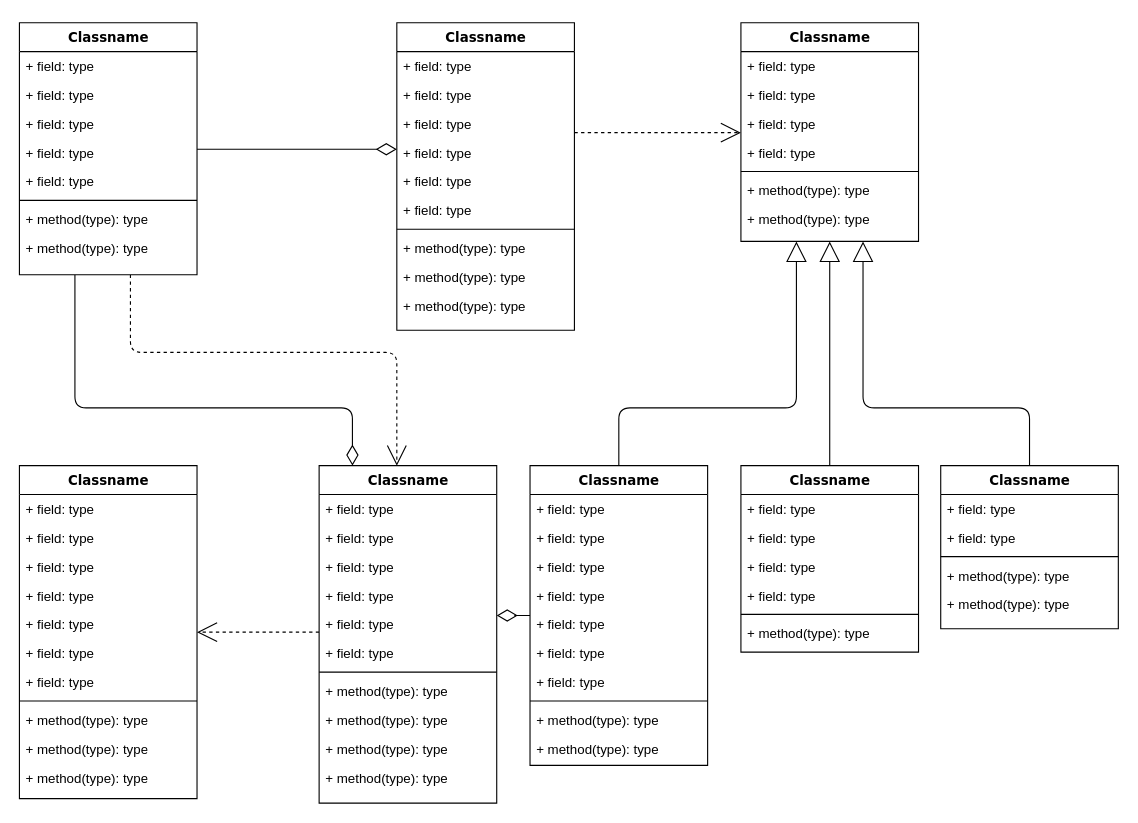
Above: Untitled Diagram.drawio in FVFTget/angular-Myproyect (draw.io), before the change. Source tidied: cells renumbered, new cells numbered last; positions are measured from the earlier drawing's top-left corner, leaving out a move shared by most shapes. Both pictures are drawn from the tidied source at 111%, with x=0, y=0 at pixel (19, 22).
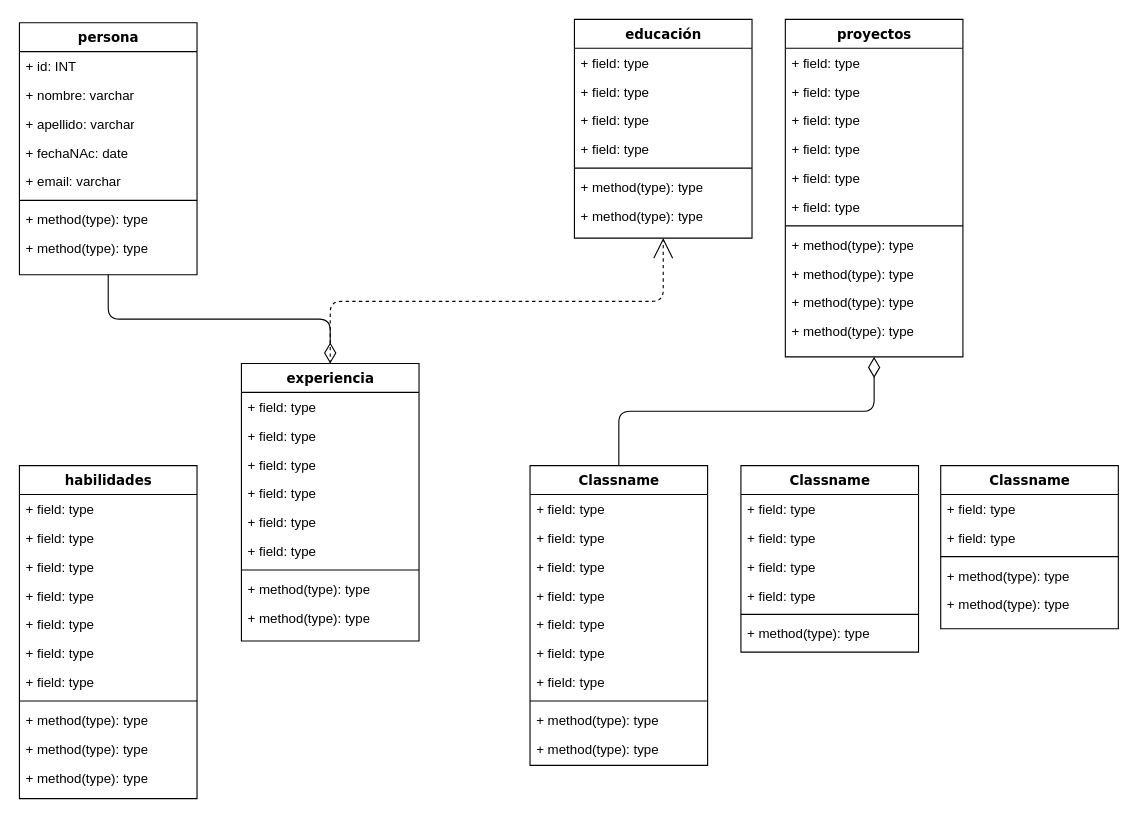
Above is the later version.

Unchanged cells that the change refers to:
```xml
<mxCell id="60" value="Classname" style="swimlane;html=1;fontStyle=1;align=center;verticalAlign=top;horizontal=1;startSize=26;swimlaneFillColor=#ffffff;rounded=0;shadow=0;comic=0;labelBackgroundColor=none;strokeWidth=1;fillColor=none;fontFamily=Verdana;fontSize=12;" parent="1" vertex="1">
  <mxGeometry x="460" y="399" width="160" height="270" as="geometry" />
</mxCell>
<mxCell id="72" value="Classname" style="swimlane;html=1;fontStyle=1;align=center;verticalAlign=top;horizontal=1;startSize=26;swimlaneFillColor=#ffffff;rounded=0;shadow=0;comic=0;labelBackgroundColor=none;strokeWidth=1;fillColor=none;fontFamily=Verdana;fontSize=12;" parent="1" vertex="1">
  <mxGeometry x="650" y="399" width="160" height="168" as="geometry" />
</mxCell>
<mxCell id="80" value="Classname" style="swimlane;html=1;fontStyle=1;align=center;verticalAlign=top;horizontal=1;startSize=26;swimlaneFillColor=#ffffff;rounded=0;shadow=0;comic=0;labelBackgroundColor=none;strokeWidth=1;fillColor=none;fontFamily=Verdana;fontSize=12;" parent="1" vertex="1">
  <mxGeometry x="830" y="399" width="160" height="147" as="geometry" />
</mxCell>
```

What changed in the source:
```diff
@@
-    <mxCell id="2" style="edgeStyle=orthogonalEdgeStyle;html=1;labelBackgroundColor=none;startFill=0;startSize=8;endArrow=open;endFill=0;endSize=16;fontFamily=Verdana;fontSize=12;dashed=1;" parent="1" edge="1" source="4" target="47">
-      <mxGeometry relative="1" as="geometry">
-        <Array as="points">
-          <mxPoint x="100" y="297" />
-          <mxPoint x="340" y="297" />
-        </Array>
-      </mxGeometry>
-    </mxCell>
-    <mxCell id="3" style="edgeStyle=orthogonalEdgeStyle;html=1;labelBackgroundColor=none;startFill=0;startSize=8;endArrow=diamondThin;endFill=0;endSize=16;fontFamily=Verdana;fontSize=12;" parent="1" edge="1" source="4" target="47">
-      <mxGeometry relative="1" as="geometry">
-        <Array as="points">
-          <mxPoint x="50" y="347" />
-          <mxPoint x="300" y="347" />
-        </Array>
-      </mxGeometry>
-    </mxCell>
-    <mxCell id="4" value="Classname" style="swimlane;html=1;fontStyle=1;align=center;verticalAlign=top;horizontal=1;startSize=26;swimlaneFillColor=#ffffff;rounded=0;shadow=0;comic=0;labelBackgroundColor=none;strokeWidth=1;fillColor=none;fontFamily=Verdana;fontSize=12;" parent="1" vertex="1">
+    <mxCell id="4" value="persona" style="swimlane;html=1;fontStyle=1;align=center;verticalAlign=top;horizontal=1;startSize=26;swimlaneFillColor=#ffffff;rounded=0;shadow=0;comic=0;labelBackgroundColor=none;strokeWidth=1;fillColor=none;fontFamily=Verdana;fontSize=12;" parent="1" vertex="1">
       <mxGeometry width="160" height="227" as="geometry" />
     </mxCell>
-    <mxCell id="5" value="+ field: type" style="text;html=1;strokeColor=none;fillColor=none;align=left;verticalAlign=top;spacingLeft=4;spacingRight=4;whiteSpace=wrap;overflow=hidden;" parent="4" vertex="1">
+    <mxCell id="5" value="+ id: INT" style="text;html=1;strokeColor=none;fillColor=none;align=left;verticalAlign=top;spacingLeft=4;spacingRight=4;whiteSpace=wrap;overflow=hidden;" parent="4" vertex="1">
       <mxGeometry y="26" width="160" height="26" as="geometry" />
     </mxCell>
-    <mxCell id="6" value="+ field: type" style="text;html=1;strokeColor=none;fillColor=none;align=left;verticalAlign=top;spacingLeft=4;spacingRight=4;whiteSpace=wrap;overflow=hidden;" parent="4" vertex="1">
+    <mxCell id="6" value="+ nombre: varchar" style="text;html=1;strokeColor=none;fillColor=none;align=left;verticalAlign=top;spacingLeft=4;spacingRight=4;whiteSpace=wrap;overflow=hidden;" parent="4" vertex="1">
       <mxGeometry y="52" width="160" height="26" as="geometry" />
     </mxCell>
-    <mxCell id="7" value="+ field: type" style="text;html=1;strokeColor=none;fillColor=none;align=left;verticalAlign=top;spacingLeft=4;spacingRight=4;whiteSpace=wrap;overflow=hidden;" parent="4" vertex="1">
+    <mxCell id="7" value="+ apellido: varchar" style="text;html=1;strokeColor=none;fillColor=none;align=left;verticalAlign=top;spacingLeft=4;spacingRight=4;whiteSpace=wrap;overflow=hidden;" parent="4" vertex="1">
       <mxGeometry y="78" width="160" height="26" as="geometry" />
     </mxCell>
-    <mxCell id="8" value="+ field: type" style="text;html=1;strokeColor=none;fillColor=none;align=left;verticalAlign=top;spacingLeft=4;spacingRight=4;whiteSpace=wrap;overflow=hidden;" parent="4" vertex="1">
+    <mxCell id="8" value="+ fechaNAc: date" style="text;html=1;strokeColor=none;fillColor=none;align=left;verticalAlign=top;spacingLeft=4;spacingRight=4;whiteSpace=wrap;overflow=hidden;" parent="4" vertex="1">
       <mxGeometry y="104" width="160" height="26" as="geometry" />
     </mxCell>
-    <mxCell id="9" value="+ field: type" style="text;html=1;strokeColor=none;fillColor=none;align=left;verticalAlign=top;spacingLeft=4;spacingRight=4;whiteSpace=wrap;overflow=hidden;" parent="4" vertex="1">
+    <mxCell id="9" value="+ email: varchar" style="text;html=1;strokeColor=none;fillColor=none;align=left;verticalAlign=top;spacingLeft=4;spacingRight=4;whiteSpace=wrap;overflow=hidden;" parent="4" vertex="1">
       <mxGeometry y="130" width="160" height="26" as="geometry" />
     </mxCell>
@@
-    <mxCell id="14" value="Classname" style="swimlane;html=1;fontStyle=1;align=center;verticalAlign=top;horizontal=1;startSize=26;swimlaneFillColor=#ffffff;rounded=0;shadow=0;comic=0;labelBackgroundColor=none;strokeWidth=1;fillColor=none;fontFamily=Verdana;fontSize=12;" parent="1" vertex="1">
-      <mxGeometry x="340" width="160" height="277" as="geometry" />
+    <mxCell id="14" value="experiencia" style="swimlane;html=1;fontStyle=1;align=center;verticalAlign=top;horizontal=1;startSize=26;swimlaneFillColor=#ffffff;rounded=0;shadow=0;comic=0;labelBackgroundColor=none;strokeWidth=1;fillColor=none;fontFamily=Verdana;fontSize=12;" parent="1" vertex="1">
+      <mxGeometry x="200" y="307" width="160" height="250" as="geometry" />
     </mxCell>
@@
-    <mxCell id="24" value="+ method(type): type" style="text;html=1;strokeColor=none;fillColor=none;align=left;verticalAlign=top;spacingLeft=4;spacingRight=4;whiteSpace=wrap;overflow=hidden;" parent="14" vertex="1">
-      <mxGeometry y="242" width="160" height="26" as="geometry" />
-    </mxCell>
-    <mxCell id="25" value="Classname" style="swimlane;html=1;fontStyle=1;align=center;verticalAlign=top;horizontal=1;startSize=26;swimlaneFillColor=#ffffff;rounded=0;shadow=0;comic=0;labelBackgroundColor=none;strokeWidth=1;fillColor=none;fontFamily=Verdana;fontSize=12;" parent="1" vertex="1">
-      <mxGeometry x="650" width="160" height="197" as="geometry" />
+    <mxCell id="25" value="educación" style="swimlane;html=1;fontStyle=1;align=center;verticalAlign=top;horizontal=1;startSize=26;swimlaneFillColor=#ffffff;rounded=0;shadow=0;comic=0;labelBackgroundColor=none;strokeWidth=1;fillColor=none;fontFamily=Verdana;fontSize=12;" parent="1" vertex="1">
+      <mxGeometry x="500" y="-3" width="160" height="197" as="geometry" />
     </mxCell>
@@
-    <mxCell id="33" style="edgeStyle=elbowEdgeStyle;html=1;labelBackgroundColor=none;startFill=0;startSize=8;endArrow=open;endFill=0;endSize=16;fontFamily=Verdana;fontSize=12;elbow=vertical;dashed=1;" parent="1" edge="1" source="47" target="34">
-      <mxGeometry relative="1" as="geometry" />
-    </mxCell>
-    <mxCell id="34" value="Classname" style="swimlane;html=1;fontStyle=1;align=center;verticalAlign=top;horizontal=1;startSize=26;swimlaneFillColor=#ffffff;rounded=0;shadow=0;comic=0;labelBackgroundColor=none;strokeWidth=1;fillColor=none;fontFamily=Verdana;fontSize=12;" parent="1" vertex="1">
+    <mxCell id="34" value="habilidades" style="swimlane;html=1;fontStyle=1;align=center;verticalAlign=top;horizontal=1;startSize=26;swimlaneFillColor=#ffffff;rounded=0;shadow=0;comic=0;labelBackgroundColor=none;strokeWidth=1;fillColor=none;fontFamily=Verdana;fontSize=12;" parent="1" vertex="1">
       <mxGeometry y="399" width="160" height="300" as="geometry" />
     </mxCell>
@@
-    <mxCell id="47" value="Classname" style="swimlane;html=1;fontStyle=1;align=center;verticalAlign=top;horizontal=1;startSize=26;swimlaneFillColor=#ffffff;rounded=0;shadow=0;comic=0;labelBackgroundColor=none;strokeWidth=1;fillColor=none;fontFamily=Verdana;fontSize=12;" parent="1" vertex="1">
-      <mxGeometry x="270" y="399" width="160" height="304" as="geometry" />
+    <mxCell id="47" value="proyectos" style="swimlane;html=1;fontStyle=1;align=center;verticalAlign=top;horizontal=1;startSize=26;swimlaneFillColor=#ffffff;rounded=0;shadow=0;comic=0;labelBackgroundColor=none;strokeWidth=1;fillColor=none;fontFamily=Verdana;fontSize=12;" parent="1" vertex="1">
+      <mxGeometry x="690" y="-3" width="160" height="304" as="geometry" />
     </mxCell>
@@
-    <mxCell id="59" style="edgeStyle=orthogonalEdgeStyle;html=1;labelBackgroundColor=none;startFill=0;startSize=8;endArrow=block;endFill=0;endSize=16;fontFamily=Verdana;fontSize=12;" parent="1" edge="1" source="60" target="25">
-      <mxGeometry relative="1" as="geometry">
-        <Array as="points">
-          <mxPoint x="540" y="347" />
-          <mxPoint x="700" y="347" />
-        </Array>
-      </mxGeometry>
-    </mxCell>
@@
-    <mxCell id="71" style="edgeStyle=orthogonalEdgeStyle;html=1;labelBackgroundColor=none;startFill=0;startSize=8;endArrow=block;endFill=0;endSize=16;fontFamily=Verdana;fontSize=12;" parent="1" edge="1" source="72" target="25">
-      <mxGeometry relative="1" as="geometry" />
-    </mxCell>
@@
-    <mxCell id="79" style="edgeStyle=orthogonalEdgeStyle;html=1;labelBackgroundColor=none;startFill=0;startSize=8;endArrow=block;endFill=0;endSize=16;fontFamily=Verdana;fontSize=12;" parent="1" edge="1" source="80" target="25">
-      <mxGeometry relative="1" as="geometry">
-        <Array as="points">
-          <mxPoint x="910" y="347" />
-          <mxPoint x="760" y="347" />
-        </Array>
-      </mxGeometry>
-    </mxCell>
```
